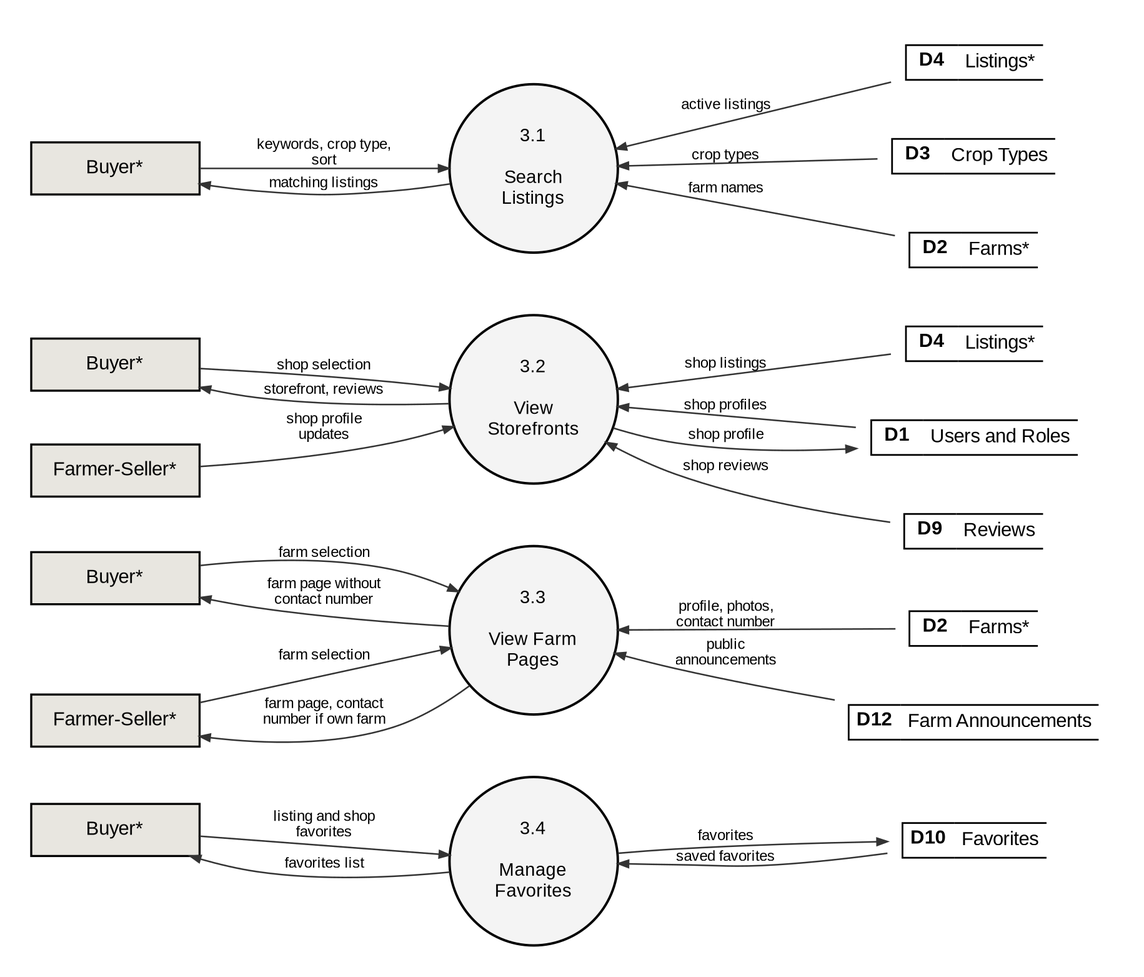
The Graphviz diagram docs/manuscript/figures/fig6_2_3_dfd_level2.png in shawncastaneda11-commits/anihow-backend, before a commit. Its source is kept beside it as docs/manuscript/figures/src/fig6_2_3_dfd_level2.dot. The source it was exported from:
```dot
digraph G {
  graph [rankdir=LR, nodesep=0.25, ranksep=0.9, pad=0.25, fontname="Liberation Sans", newrank=true];
  node  [fontname="Liberation Sans", fontsize=11];
  edge  [penwidth=0.9, arrowsize=0.6, color="#333333", fontname="Liberation Sans", fontsize=8.5];
  q3a [shape=circle, style=filled, fillcolor="#F4F4F4", penwidth=1.4, fixedsize=true, width=1.35, fontsize=10.5, label="3.1\n\nSearch\nListings"];
  by_q3a [shape=box, style=filled, fillcolor="#E8E6E0", penwidth=1.2, width=1.35, height=0.42, label="Buyer*"];
  D4_q3a [shape=plaintext, label=<<TABLE BORDER="0" CELLBORDER="1" CELLSPACING="0" CELLPADDING="3"><TR><TD SIDES="TBL" WIDTH="30"><B>D4</B></TD><TD SIDES="TB" ALIGN="LEFT">Listings*</TD></TR></TABLE>>];
  D3_q3a [shape=plaintext, label=<<TABLE BORDER="0" CELLBORDER="1" CELLSPACING="0" CELLPADDING="3"><TR><TD SIDES="TBL" WIDTH="30"><B>D3</B></TD><TD SIDES="TB" ALIGN="LEFT">Crop Types</TD></TR></TABLE>>];
  D2_q3a [shape=plaintext, label=<<TABLE BORDER="0" CELLBORDER="1" CELLSPACING="0" CELLPADDING="3"><TR><TD SIDES="TBL" WIDTH="30"><B>D2</B></TD><TD SIDES="TB" ALIGN="LEFT">Farms*</TD></TR></TABLE>>];
  q3b [shape=circle, style=filled, fillcolor="#F4F4F4", penwidth=1.4, fixedsize=true, width=1.35, fontsize=10.5, label="3.2\n\nView\nStorefronts"];
  by_q3b [shape=box, style=filled, fillcolor="#E8E6E0", penwidth=1.2, width=1.35, height=0.42, label="Buyer*"];
  D4_q3b [shape=plaintext, label=<<TABLE BORDER="0" CELLBORDER="1" CELLSPACING="0" CELLPADDING="3"><TR><TD SIDES="TBL" WIDTH="30"><B>D4</B></TD><TD SIDES="TB" ALIGN="LEFT">Listings*</TD></TR></TABLE>>];
  D1_q3b [shape=plaintext, label=<<TABLE BORDER="0" CELLBORDER="1" CELLSPACING="0" CELLPADDING="3"><TR><TD SIDES="TBL" WIDTH="30"><B>D1</B></TD><TD SIDES="TB" ALIGN="LEFT">Users and Roles</TD></TR></TABLE>>];
  D9_q3b [shape=plaintext, label=<<TABLE BORDER="0" CELLBORDER="1" CELLSPACING="0" CELLPADDING="3"><TR><TD SIDES="TBL" WIDTH="30"><B>D9</B></TD><TD SIDES="TB" ALIGN="LEFT">Reviews</TD></TR></TABLE>>];
  fs_q3b [shape=box, style=filled, fillcolor="#E8E6E0", penwidth=1.2, width=1.35, height=0.42, label="Farmer-Seller*"];
  q3c [shape=circle, style=filled, fillcolor="#F4F4F4", penwidth=1.4, fixedsize=true, width=1.35, fontsize=10.5, label="3.3\n\nView Farm\nPages"];
  by_q3c [shape=box, style=filled, fillcolor="#E8E6E0", penwidth=1.2, width=1.35, height=0.42, label="Buyer*"];
  D2_q3c [shape=plaintext, label=<<TABLE BORDER="0" CELLBORDER="1" CELLSPACING="0" CELLPADDING="3"><TR><TD SIDES="TBL" WIDTH="30"><B>D2</B></TD><TD SIDES="TB" ALIGN="LEFT">Farms*</TD></TR></TABLE>>];
  fs_q3c [shape=box, style=filled, fillcolor="#E8E6E0", penwidth=1.2, width=1.35, height=0.42, label="Farmer-Seller*"];
  D12_q3c [shape=plaintext, label=<<TABLE BORDER="0" CELLBORDER="1" CELLSPACING="0" CELLPADDING="3"><TR><TD SIDES="TBL" WIDTH="30"><B>D12</B></TD><TD SIDES="TB" ALIGN="LEFT">Farm Announcements</TD></TR></TABLE>>];
  q3d [shape=circle, style=filled, fillcolor="#F4F4F4", penwidth=1.4, fixedsize=true, width=1.35, fontsize=10.5, label="3.4\n\nManage\nFavorites"];
  by_q3d [shape=box, style=filled, fillcolor="#E8E6E0", penwidth=1.2, width=1.35, height=0.42, label="Buyer*"];
  D10_q3d [shape=plaintext, label=<<TABLE BORDER="0" CELLBORDER="1" CELLSPACING="0" CELLPADDING="3"><TR><TD SIDES="TBL" WIDTH="30"><B>D10</B></TD><TD SIDES="TB" ALIGN="LEFT">Favorites</TD></TR></TABLE>>];
  by_q3a -> q3a [label="keywords, crop type,\nsort"];
  q3a -> D4_q3a [label="active listings", dir=back];
  q3a -> D3_q3a [label="crop types", dir=back];
  q3a -> D2_q3a [label="farm names", dir=back];
  by_q3a -> q3a [label="matching listings", dir=back];
  by_q3b -> q3b [label="shop selection"];
  q3b -> D1_q3b [label="shop profiles", dir=back];
  q3b -> D4_q3b [label="shop listings", dir=back];
  q3b -> D9_q3b [label="shop reviews", dir=back];
  by_q3b -> q3b [label="storefront, reviews", dir=back];
  fs_q3b -> q3b [label="shop profile\nupdates"];
  q3b -> D1_q3b [label="shop profile"];
  by_q3c -> q3c [label="farm selection"];
  fs_q3c -> q3c [label="farm selection"];
  q3c -> D2_q3c [label="profile, photos,\ncontact number", dir=back];
  q3c -> D12_q3c [label="public\nannouncements", dir=back];
  by_q3c -> q3c [label="farm page without\ncontact number", dir=back];
  fs_q3c -> q3c [label="farm page, contact\nnumber if own farm", dir=back];
  by_q3d -> q3d [label="listing and shop\nfavorites"];
  q3d -> D10_q3d [label="favorites"];
  q3d -> D10_q3d [label="saved favorites", dir=back];
  by_q3d -> q3d [label="favorites list", dir=back];
  {rank=same; by_q3a; by_q3b; fs_q3b; by_q3c; fs_q3c; by_q3d}
  {rank=same; D4_q3a; D3_q3a; D2_q3a; D1_q3b; D4_q3b; D9_q3b; D2_q3c; D12_q3c; D10_q3d}
  {rank=same; q3a; q3b; q3c; q3d}
  q3a -> q3b [style=invis, weight=10];
  q3b -> q3c [style=invis, weight=10];
  q3c -> q3d [style=invis, weight=10];
}
```
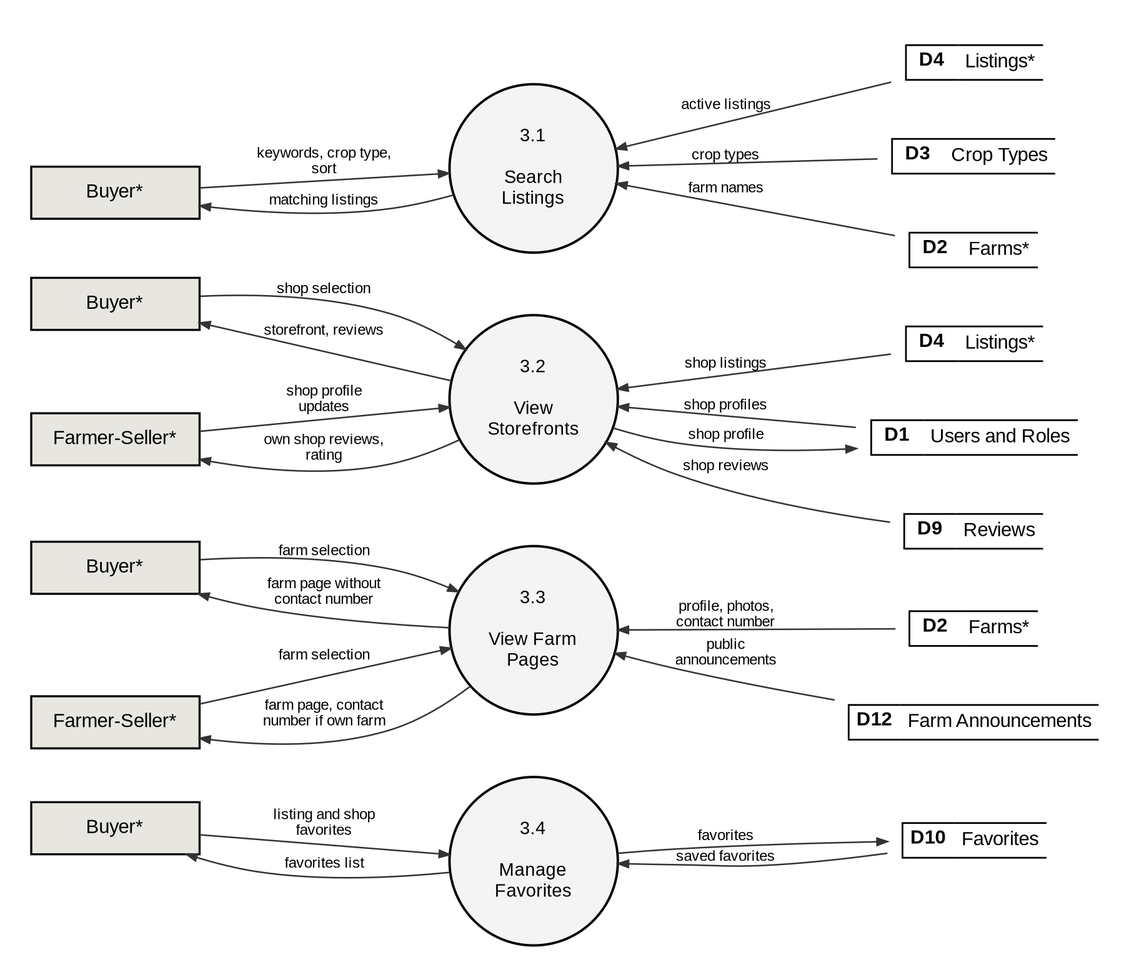
Above is the later version.

Commit message:
docs: show farmer-seller shop reviews in the diagrams and spec

Change to the diagram source:
```diff
@@ -33,6 +33,7 @@
   by_q3b -> q3b [label="storefront, reviews", dir=back];
   fs_q3b -> q3b [label="shop profile\nupdates"];
   q3b -> D1_q3b [label="shop profile"];
+  fs_q3b -> q3b [label="own shop reviews,\nrating", dir=back];
   by_q3c -> q3c [label="farm selection"];
   fs_q3c -> q3c [label="farm selection"];
   q3c -> D2_q3c [label="profile, photos,\ncontact number", dir=back];
```
